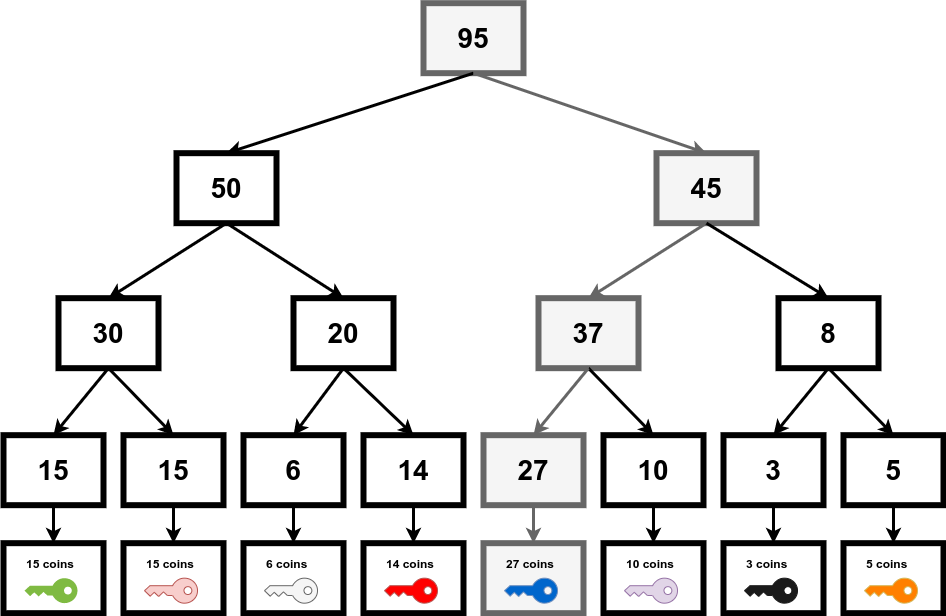
This is stake-tree.drawio.png from Realiserad/fts-tree, a draw.io export, as it was before one commit. Source tidied: cells renumbered, new cells last; positions are measured from the earlier drawing's top-left corner, leaving out a move shared by most shapes. Its diagram source:
```xml
<mxGraphModel background="#ffffff">
  <root>
    <mxCell id="0" />
    <mxCell id="1" parent="0" />
    <mxCell id="2" value="&lt;font style=&quot;font-size: 28px&quot;&gt;&lt;b&gt;15&lt;/b&gt;&lt;/font&gt;" style="rounded=0;whiteSpace=wrap;html=1;strokeColor=#000000;strokeWidth=6;fillColor=#ffffff;" parent="1" vertex="1">
      <mxGeometry y="431.7" width="100" height="70" as="geometry" />
    </mxCell>
    <mxCell id="3" value="&lt;b&gt;&lt;font style=&quot;font-size: 28px&quot;&gt;15&lt;/font&gt;&lt;/b&gt;" style="rounded=0;whiteSpace=wrap;html=1;strokeColor=#000000;strokeWidth=6;fillColor=#ffffff;" parent="1" vertex="1">
      <mxGeometry x="120" y="431.7" width="100" height="70" as="geometry" />
    </mxCell>
    <mxCell id="4" value="&lt;font style=&quot;font-size: 28px&quot;&gt;&lt;b&gt;6&lt;/b&gt;&lt;/font&gt;" style="rounded=0;whiteSpace=wrap;html=1;strokeColor=#000000;strokeWidth=6;fillColor=#ffffff;" parent="1" vertex="1">
      <mxGeometry x="240" y="431.7" width="100" height="70" as="geometry" />
    </mxCell>
    <mxCell id="5" value="&lt;b&gt;&lt;font style=&quot;font-size: 28px&quot;&gt;14&lt;/font&gt;&lt;/b&gt;" style="rounded=0;whiteSpace=wrap;html=1;strokeColor=#000000;strokeWidth=6;fillColor=#ffffff;" parent="1" vertex="1">
      <mxGeometry x="360" y="431.7" width="100" height="70" as="geometry" />
    </mxCell>
    <mxCell id="6" value="&lt;b&gt;&lt;font style=&quot;font-size: 28px&quot;&gt;27&lt;/font&gt;&lt;/b&gt;" style="rounded=0;whiteSpace=wrap;html=1;strokeColor=#666666;strokeWidth=6;fillColor=#f5f5f5;" parent="1" vertex="1">
      <mxGeometry x="480" y="431.7" width="100" height="70" as="geometry" />
    </mxCell>
    <mxCell id="7" value="&lt;font style=&quot;font-size: 28px&quot;&gt;&lt;b&gt;10&lt;/b&gt;&lt;/font&gt;" style="rounded=0;whiteSpace=wrap;html=1;strokeColor=#000000;strokeWidth=6;fillColor=#ffffff;" parent="1" vertex="1">
      <mxGeometry x="600" y="431.7" width="100" height="70" as="geometry" />
    </mxCell>
    <mxCell id="8" value="&lt;b&gt;&lt;font style=&quot;font-size: 28px&quot;&gt;3&lt;/font&gt;&lt;/b&gt;" style="rounded=0;whiteSpace=wrap;html=1;strokeColor=#000000;strokeWidth=6;fillColor=#ffffff;" parent="1" vertex="1">
      <mxGeometry x="720" y="431.7" width="100" height="70" as="geometry" />
    </mxCell>
    <mxCell id="9" value="&lt;b&gt;&lt;font style=&quot;font-size: 28px&quot;&gt;5&lt;/font&gt;&lt;/b&gt;" style="rounded=0;whiteSpace=wrap;html=1;strokeColor=#000000;strokeWidth=6;fillColor=#ffffff;" parent="1" vertex="1">
      <mxGeometry x="840" y="431.7" width="100" height="70" as="geometry" />
    </mxCell>
    <mxCell id="10" value="&lt;b&gt;&lt;font style=&quot;font-size: 28px&quot;&gt;30&lt;/font&gt;&lt;/b&gt;" style="rounded=0;whiteSpace=wrap;html=1;strokeColor=#000000;strokeWidth=6;fillColor=#ffffff;" parent="1" vertex="1">
      <mxGeometry x="55" y="294.7" width="100" height="70" as="geometry" />
    </mxCell>
    <mxCell id="11" style="endArrow=classic;html=1;strokeWidth=3;entryX=0.5;entryY=0;exitX=0.5;exitY=1;" parent="1" edge="1" source="10" target="2">
      <mxGeometry relative="1" as="geometry" />
    </mxCell>
    <mxCell id="12" style="endArrow=classic;html=1;strokeWidth=3;entryX=0.5;entryY=0;exitX=0.5;exitY=1;" parent="1" edge="1" source="10" target="3">
      <mxGeometry relative="1" as="geometry" />
    </mxCell>
    <mxCell id="13" value="&lt;font style=&quot;font-size: 28px&quot;&gt;&lt;b&gt;20&lt;/b&gt;&lt;/font&gt;" style="rounded=0;whiteSpace=wrap;html=1;strokeColor=#000000;strokeWidth=6;fillColor=#ffffff;" parent="1" vertex="1">
      <mxGeometry x="290" y="294.7" width="100" height="70" as="geometry" />
    </mxCell>
    <mxCell id="14" style="endArrow=classic;html=1;strokeWidth=3;entryX=0.5;entryY=0;exitX=0.5;exitY=1;" parent="1" edge="1" source="13" target="4">
      <mxGeometry relative="1" as="geometry" />
    </mxCell>
    <mxCell id="15" style="endArrow=classic;html=1;strokeWidth=3;entryX=0.5;entryY=0;exitX=0.5;exitY=1;" parent="1" edge="1" source="13" target="5">
      <mxGeometry relative="1" as="geometry" />
    </mxCell>
    <mxCell id="16" value="&lt;b&gt;&lt;font style=&quot;font-size: 28px&quot;&gt;37&lt;/font&gt;&lt;/b&gt;" style="rounded=0;whiteSpace=wrap;html=1;strokeColor=#666666;strokeWidth=6;fillColor=#f5f5f5;" parent="1" vertex="1">
      <mxGeometry x="535" y="294.7" width="100" height="70" as="geometry" />
    </mxCell>
    <mxCell id="17" style="endArrow=classic;html=1;strokeWidth=3;entryX=0.5;entryY=0;exitX=0.5;exitY=1;" parent="1" edge="1" source="16" target="7">
      <mxGeometry relative="1" as="geometry" />
    </mxCell>
    <mxCell id="18" style="endArrow=classic;html=1;strokeWidth=3;entryX=0.5;entryY=0;exitX=0.5;exitY=1;fillColor=#f5f5f5;strokeColor=#666666;" parent="1" edge="1" source="16" target="6">
      <mxGeometry relative="1" as="geometry" />
    </mxCell>
    <mxCell id="19" style="rounded=0;whiteSpace=wrap;html=1;strokeColor=#000000;strokeWidth=6;fillColor=#ffffff;" parent="1" vertex="1">
      <mxGeometry y="539.7" width="100" height="70" as="geometry" />
    </mxCell>
    <mxCell id="20" style="shadow=0;dashed=0;html=1;strokeColor=none;labelPosition=center;verticalLabelPosition=bottom;verticalAlign=top;shape=mxgraph.office.security.key_permissions;fillColor=#7FBA42;rotation=90;" parent="1" vertex="1">
      <mxGeometry x="35" y="560.7" width="25" height="53" as="geometry" />
    </mxCell>
    <mxCell id="21" value="&lt;b&gt;15 coins&lt;/b&gt;" style="text;html=1;align=left;verticalAlign=top;spacingTop=-4;" parent="1" vertex="1">
      <mxGeometry x="21" y="550.7" width="60" height="20" as="geometry" />
    </mxCell>
    <mxCell id="22" style="rounded=0;whiteSpace=wrap;html=1;strokeColor=#000000;strokeWidth=6;fillColor=#ffffff;" parent="1" vertex="1">
      <mxGeometry x="120" y="539.7" width="100" height="70" as="geometry" />
    </mxCell>
    <mxCell id="23" style="shadow=0;dashed=0;html=1;strokeColor=#b85450;labelPosition=center;verticalLabelPosition=bottom;verticalAlign=top;shape=mxgraph.office.security.key_permissions;fillColor=#f8cecc;rotation=90;" parent="1" vertex="1">
      <mxGeometry x="155" y="560.7" width="25" height="53" as="geometry" />
    </mxCell>
    <mxCell id="24" value="&lt;b&gt;15 coins&lt;/b&gt;" style="text;html=1;align=left;verticalAlign=top;spacingTop=-4;" parent="1" vertex="1">
      <mxGeometry x="141" y="550.7" width="60" height="20" as="geometry" />
    </mxCell>
    <mxCell id="25" style="rounded=0;whiteSpace=wrap;html=1;strokeColor=#000000;strokeWidth=6;fillColor=#ffffff;" parent="1" vertex="1">
      <mxGeometry x="240" y="539.7" width="100" height="70" as="geometry" />
    </mxCell>
    <mxCell id="26" style="shadow=0;dashed=0;html=1;strokeColor=#666666;labelPosition=center;verticalLabelPosition=bottom;verticalAlign=top;shape=mxgraph.office.security.key_permissions;fillColor=#f5f5f5;rotation=90;" parent="1" vertex="1">
      <mxGeometry x="275" y="560.7" width="25" height="53" as="geometry" />
    </mxCell>
    <mxCell id="27" value="&lt;b&gt;6 coins&lt;/b&gt;" style="text;html=1;align=left;verticalAlign=top;spacingTop=-4;" parent="1" vertex="1">
      <mxGeometry x="261" y="550.7" width="60" height="20" as="geometry" />
    </mxCell>
    <mxCell id="28" style="rounded=0;whiteSpace=wrap;html=1;strokeColor=#000000;strokeWidth=6;fillColor=#ffffff;" parent="1" vertex="1">
      <mxGeometry x="360" y="539.7" width="100" height="70" as="geometry" />
    </mxCell>
    <mxCell id="29" style="shadow=0;dashed=0;html=1;strokeColor=#b85450;labelPosition=center;verticalLabelPosition=bottom;verticalAlign=top;shape=mxgraph.office.security.key_permissions;fillColor=#FF0000;rotation=90;" parent="1" vertex="1">
      <mxGeometry x="395" y="560.7" width="25" height="53" as="geometry" />
    </mxCell>
    <mxCell id="30" value="&lt;b&gt;14 coins&lt;/b&gt;" style="text;html=1;align=left;verticalAlign=top;spacingTop=-4;" parent="1" vertex="1">
      <mxGeometry x="381" y="550.7" width="60" height="20" as="geometry" />
    </mxCell>
    <mxCell id="31" style="rounded=0;whiteSpace=wrap;html=1;strokeColor=#666666;strokeWidth=6;fillColor=#f5f5f5;" parent="1" vertex="1">
      <mxGeometry x="480" y="539.7" width="100" height="70" as="geometry" />
    </mxCell>
    <mxCell id="32" style="shadow=0;dashed=0;html=1;strokeColor=#6c8ebf;labelPosition=center;verticalLabelPosition=bottom;verticalAlign=top;shape=mxgraph.office.security.key_permissions;fillColor=#0066CC;rotation=90;" parent="1" vertex="1">
      <mxGeometry x="515" y="560.7" width="25" height="53" as="geometry" />
    </mxCell>
    <mxCell id="33" value="&lt;b&gt;27 coins&lt;/b&gt;" style="text;html=1;align=left;verticalAlign=top;spacingTop=-4;" parent="1" vertex="1">
      <mxGeometry x="501" y="550.7" width="60" height="20" as="geometry" />
    </mxCell>
    <mxCell id="34" style="rounded=0;whiteSpace=wrap;html=1;strokeColor=#000000;strokeWidth=6;fillColor=#ffffff;" parent="1" vertex="1">
      <mxGeometry x="600" y="539.7" width="100" height="70" as="geometry" />
    </mxCell>
    <mxCell id="35" style="shadow=0;dashed=0;html=1;strokeColor=#9673a6;labelPosition=center;verticalLabelPosition=bottom;verticalAlign=top;shape=mxgraph.office.security.key_permissions;fillColor=#e1d5e7;rotation=90;" parent="1" vertex="1">
      <mxGeometry x="635" y="560.7" width="25" height="53" as="geometry" />
    </mxCell>
    <mxCell id="36" value="&lt;b&gt;10 coins&lt;/b&gt;" style="text;html=1;align=left;verticalAlign=top;spacingTop=-4;" parent="1" vertex="1">
      <mxGeometry x="621" y="550.7" width="60" height="20" as="geometry" />
    </mxCell>
    <mxCell id="37" style="rounded=0;whiteSpace=wrap;html=1;strokeColor=#000000;strokeWidth=6;fillColor=#ffffff;" parent="1" vertex="1">
      <mxGeometry x="720" y="539.7" width="100" height="70" as="geometry" />
    </mxCell>
    <mxCell id="38" style="shadow=0;dashed=0;html=1;strokeColor=#1A1A1A;labelPosition=center;verticalLabelPosition=bottom;verticalAlign=top;shape=mxgraph.office.security.key_permissions;fillColor=#1A1A1A;rotation=90;" parent="1" vertex="1">
      <mxGeometry x="755" y="560.7" width="25" height="53" as="geometry" />
    </mxCell>
    <mxCell id="39" value="&lt;b&gt;3 coins&lt;/b&gt;" style="text;html=1;align=left;verticalAlign=top;spacingTop=-4;" parent="1" vertex="1">
      <mxGeometry x="741" y="550.7" width="60" height="20" as="geometry" />
    </mxCell>
    <mxCell id="40" style="rounded=0;whiteSpace=wrap;html=1;strokeColor=#000000;strokeWidth=6;fillColor=#ffffff;" parent="1" vertex="1">
      <mxGeometry x="840" y="539.7" width="100" height="70" as="geometry" />
    </mxCell>
    <mxCell id="41" style="shadow=0;dashed=0;html=1;strokeColor=#d6b656;labelPosition=center;verticalLabelPosition=bottom;verticalAlign=top;shape=mxgraph.office.security.key_permissions;fillColor=#FF8000;rotation=90;" parent="1" vertex="1">
      <mxGeometry x="875" y="560.7" width="25" height="53" as="geometry" />
    </mxCell>
    <mxCell id="42" value="&lt;b&gt;5 coins&lt;/b&gt;" style="text;html=1;align=left;verticalAlign=top;spacingTop=-4;" parent="1" vertex="1">
      <mxGeometry x="861" y="550.7" width="60" height="20" as="geometry" />
    </mxCell>
    <mxCell id="43" value="&lt;span style=&quot;font-size: 28px&quot;&gt;&lt;b&gt;8&lt;/b&gt;&lt;/span&gt;" style="rounded=0;whiteSpace=wrap;html=1;strokeColor=#000000;strokeWidth=6;fillColor=#ffffff;" parent="1" vertex="1">
      <mxGeometry x="775" y="294.7" width="100" height="70" as="geometry" />
    </mxCell>
    <mxCell id="44" style="endArrow=classic;html=1;strokeWidth=3;entryX=0.5;entryY=0;exitX=0.5;exitY=1;" parent="1" edge="1" source="43" target="9">
      <mxGeometry relative="1" as="geometry" />
    </mxCell>
    <mxCell id="45" style="endArrow=classic;html=1;strokeWidth=3;entryX=0.5;entryY=0;exitX=0.5;exitY=1;" parent="1" edge="1" source="43" target="8">
      <mxGeometry relative="1" as="geometry" />
    </mxCell>
    <mxCell id="46" style="endArrow=classic;html=1;strokeWidth=3;entryX=0.5;entryY=0;exitX=0.5;exitY=1;" parent="1" edge="1" source="2" target="19">
      <mxGeometry relative="1" as="geometry" />
    </mxCell>
    <mxCell id="47" style="endArrow=classic;html=1;strokeWidth=3;entryX=0.5;entryY=0;exitX=0.5;exitY=1;" parent="1" edge="1" source="3" target="22">
      <mxGeometry relative="1" as="geometry" />
    </mxCell>
    <mxCell id="48" style="endArrow=classic;html=1;strokeWidth=3;entryX=0.5;entryY=0;exitX=0.5;exitY=1;" parent="1" edge="1" source="4" target="25">
      <mxGeometry relative="1" as="geometry" />
    </mxCell>
    <mxCell id="49" style="endArrow=classic;html=1;strokeWidth=3;entryX=0.5;entryY=0;exitX=0.5;exitY=1;" parent="1" edge="1" source="5" target="28">
      <mxGeometry relative="1" as="geometry" />
    </mxCell>
    <mxCell id="50" style="endArrow=classic;html=1;strokeWidth=3;entryX=0.5;entryY=0;exitX=0.5;exitY=1;fillColor=#f5f5f5;strokeColor=#666666;" parent="1" edge="1" source="6" target="31">
      <mxGeometry relative="1" as="geometry" />
    </mxCell>
    <mxCell id="51" style="endArrow=classic;html=1;strokeWidth=3;entryX=0.5;entryY=0;exitX=0.5;exitY=1;" parent="1" edge="1" source="7" target="34">
      <mxGeometry relative="1" as="geometry" />
    </mxCell>
    <mxCell id="52" style="endArrow=classic;html=1;strokeWidth=3;entryX=0.5;entryY=0;exitX=0.5;exitY=1;" parent="1" edge="1" source="8" target="37">
      <mxGeometry relative="1" as="geometry" />
    </mxCell>
    <mxCell id="53" style="endArrow=classic;html=1;strokeWidth=3;entryX=0.5;entryY=0;exitX=0.5;exitY=1;" parent="1" edge="1" source="9" target="40">
      <mxGeometry relative="1" as="geometry" />
    </mxCell>
    <mxCell id="54" value="&lt;b&gt;&lt;font style=&quot;font-size: 28px&quot;&gt;50&lt;/font&gt;&lt;/b&gt;" style="rounded=0;whiteSpace=wrap;html=1;strokeColor=#000000;strokeWidth=6;fillColor=#ffffff;" parent="1" vertex="1">
      <mxGeometry x="173" y="149.7" width="100" height="70" as="geometry" />
    </mxCell>
    <mxCell id="55" value="&lt;b&gt;&lt;font style=&quot;font-size: 28px&quot;&gt;45&lt;/font&gt;&lt;/b&gt;" style="rounded=0;whiteSpace=wrap;html=1;strokeColor=#666666;strokeWidth=6;fillColor=#f5f5f5;" parent="1" vertex="1">
      <mxGeometry x="653" y="149.7" width="100" height="70" as="geometry" />
    </mxCell>
    <mxCell id="56" style="endArrow=classic;html=1;strokeWidth=3;entryX=0.5;entryY=0;exitX=0.5;exitY=1;" parent="1" edge="1" source="54" target="10">
      <mxGeometry relative="1" as="geometry" />
    </mxCell>
    <mxCell id="57" style="endArrow=classic;html=1;strokeWidth=3;exitX=0.5;exitY=1;entryX=0.5;entryY=0;" parent="1" edge="1" source="54" target="13">
      <mxGeometry relative="1" as="geometry" />
    </mxCell>
    <mxCell id="58" style="endArrow=classic;html=1;strokeWidth=3;entryX=0.5;entryY=0;exitX=0.5;exitY=1;fillColor=#f5f5f5;strokeColor=#666666;" parent="1" edge="1" source="55" target="16">
      <mxGeometry relative="1" as="geometry" />
    </mxCell>
    <mxCell id="59" style="endArrow=classic;html=1;strokeWidth=3;exitX=0.5;exitY=1;entryX=0.5;entryY=0;" parent="1" edge="1" source="55" target="43">
      <mxGeometry relative="1" as="geometry" />
    </mxCell>
    <mxCell id="60" value="&lt;b&gt;&lt;font style=&quot;font-size: 28px&quot;&gt;95&lt;/font&gt;&lt;/b&gt;" style="rounded=0;whiteSpace=wrap;html=1;strokeColor=#666666;strokeWidth=6;fillColor=#f5f5f5;" parent="1" vertex="1">
      <mxGeometry x="420" y="-0.3" width="100" height="70" as="geometry" />
    </mxCell>
    <mxCell id="61" style="endArrow=classic;html=1;strokeWidth=3;entryX=0.5;entryY=0;exitX=0.5;exitY=1;" parent="1" edge="1" source="60" target="54">
      <mxGeometry relative="1" as="geometry" />
    </mxCell>
    <mxCell id="62" style="endArrow=classic;html=1;strokeWidth=3;exitX=0.5;exitY=1;entryX=0.5;entryY=0;fillColor=#f5f5f5;strokeColor=#666666;" parent="1" edge="1" source="60" target="55">
      <mxGeometry relative="1" as="geometry" />
    </mxCell>
  </root>
</mxGraphModel>
```
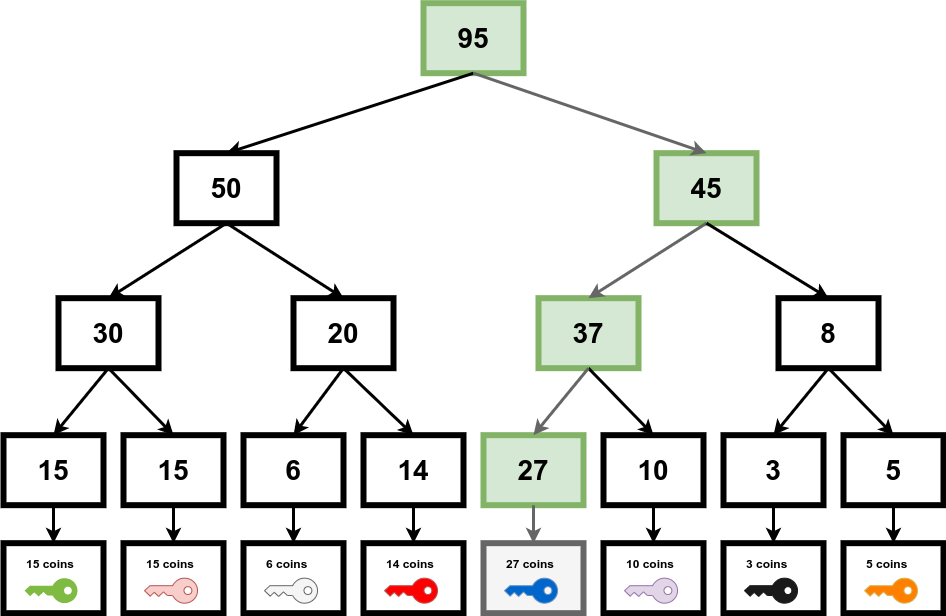
Later version of the same file.

Diff of the diagram source:
```diff
@@ -14,7 +14,7 @@
     <mxCell id="5" value="&lt;b&gt;&lt;font style=&quot;font-size: 28px&quot;&gt;14&lt;/font&gt;&lt;/b&gt;" style="rounded=0;whiteSpace=wrap;html=1;strokeColor=#000000;strokeWidth=6;fillColor=#ffffff;" parent="1" vertex="1">
       <mxGeometry x="360" y="431.7" width="100" height="70" as="geometry" />
     </mxCell>
-    <mxCell id="6" value="&lt;b&gt;&lt;font style=&quot;font-size: 28px&quot;&gt;27&lt;/font&gt;&lt;/b&gt;" style="rounded=0;whiteSpace=wrap;html=1;strokeColor=#666666;strokeWidth=6;fillColor=#f5f5f5;" parent="1" vertex="1">
+    <mxCell id="6" value="&lt;b&gt;&lt;font style=&quot;font-size: 28px&quot;&gt;27&lt;/font&gt;&lt;/b&gt;" style="rounded=0;whiteSpace=wrap;html=1;strokeColor=#82b366;strokeWidth=6;fillColor=#d5e8d4;" parent="1" vertex="1">
       <mxGeometry x="480" y="431.7" width="100" height="70" as="geometry" />
     </mxCell>
     <mxCell id="7" value="&lt;font style=&quot;font-size: 28px&quot;&gt;&lt;b&gt;10&lt;/b&gt;&lt;/font&gt;" style="rounded=0;whiteSpace=wrap;html=1;strokeColor=#000000;strokeWidth=6;fillColor=#ffffff;" parent="1" vertex="1">
@@ -44,7 +44,7 @@
     <mxCell id="15" style="endArrow=classic;html=1;strokeWidth=3;entryX=0.5;entryY=0;exitX=0.5;exitY=1;" parent="1" edge="1" source="13" target="5">
       <mxGeometry relative="1" as="geometry" />
     </mxCell>
-    <mxCell id="16" value="&lt;b&gt;&lt;font style=&quot;font-size: 28px&quot;&gt;37&lt;/font&gt;&lt;/b&gt;" style="rounded=0;whiteSpace=wrap;html=1;strokeColor=#666666;strokeWidth=6;fillColor=#f5f5f5;" parent="1" vertex="1">
+    <mxCell id="16" value="&lt;b&gt;&lt;font style=&quot;font-size: 28px&quot;&gt;37&lt;/font&gt;&lt;/b&gt;" style="rounded=0;whiteSpace=wrap;html=1;strokeColor=#82b366;strokeWidth=6;fillColor=#d5e8d4;" parent="1" vertex="1">
       <mxGeometry x="535" y="294.7" width="100" height="70" as="geometry" />
     </mxCell>
     <mxCell id="17" style="endArrow=classic;html=1;strokeWidth=3;entryX=0.5;entryY=0;exitX=0.5;exitY=1;" parent="1" edge="1" source="16" target="7">
@@ -161,7 +161,7 @@
     <mxCell id="54" value="&lt;b&gt;&lt;font style=&quot;font-size: 28px&quot;&gt;50&lt;/font&gt;&lt;/b&gt;" style="rounded=0;whiteSpace=wrap;html=1;strokeColor=#000000;strokeWidth=6;fillColor=#ffffff;" parent="1" vertex="1">
       <mxGeometry x="173" y="149.7" width="100" height="70" as="geometry" />
     </mxCell>
-    <mxCell id="55" value="&lt;b&gt;&lt;font style=&quot;font-size: 28px&quot;&gt;45&lt;/font&gt;&lt;/b&gt;" style="rounded=0;whiteSpace=wrap;html=1;strokeColor=#666666;strokeWidth=6;fillColor=#f5f5f5;" parent="1" vertex="1">
+    <mxCell id="55" value="&lt;b&gt;&lt;font style=&quot;font-size: 28px&quot;&gt;45&lt;/font&gt;&lt;/b&gt;" style="rounded=0;whiteSpace=wrap;html=1;strokeColor=#82b366;strokeWidth=6;fillColor=#d5e8d4;" parent="1" vertex="1">
       <mxGeometry x="653" y="149.7" width="100" height="70" as="geometry" />
     </mxCell>
     <mxCell id="56" style="endArrow=classic;html=1;strokeWidth=3;entryX=0.5;entryY=0;exitX=0.5;exitY=1;" parent="1" edge="1" source="54" target="10">
@@ -176,7 +176,7 @@
     <mxCell id="59" style="endArrow=classic;html=1;strokeWidth=3;exitX=0.5;exitY=1;entryX=0.5;entryY=0;" parent="1" edge="1" source="55" target="43">
       <mxGeometry relative="1" as="geometry" />
     </mxCell>
-    <mxCell id="60" value="&lt;b&gt;&lt;font style=&quot;font-size: 28px&quot;&gt;95&lt;/font&gt;&lt;/b&gt;" style="rounded=0;whiteSpace=wrap;html=1;strokeColor=#666666;strokeWidth=6;fillColor=#f5f5f5;" parent="1" vertex="1">
+    <mxCell id="60" value="&lt;b&gt;&lt;font style=&quot;font-size: 28px&quot;&gt;95&lt;/font&gt;&lt;/b&gt;" style="rounded=0;whiteSpace=wrap;html=1;strokeColor=#82b366;strokeWidth=6;fillColor=#d5e8d4;" parent="1" vertex="1">
       <mxGeometry x="420" y="-0.3" width="100" height="70" as="geometry" />
     </mxCell>
     <mxCell id="61" style="endArrow=classic;html=1;strokeWidth=3;entryX=0.5;entryY=0;exitX=0.5;exitY=1;" parent="1" edge="1" source="60" target="54">
```
